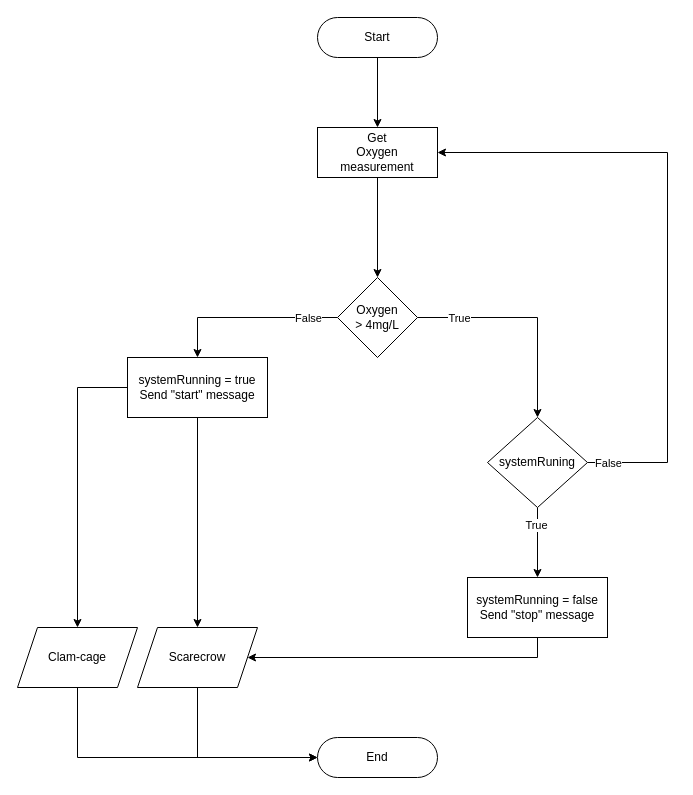
H6SvendreProeve/Documentation keeps this draw.io diagram as Diagrams/Flow diagrams/System/System_flowdiagram.drawio. Above is the earlier version. Source tidied: cells renumbered, new cells numbered last; positions are measured from the earlier drawing's top-left corner, leaving out a move shared by most shapes. Both pictures are drawn from the tidied source at 100%, with x=0, y=0 at pixel (17, 17).
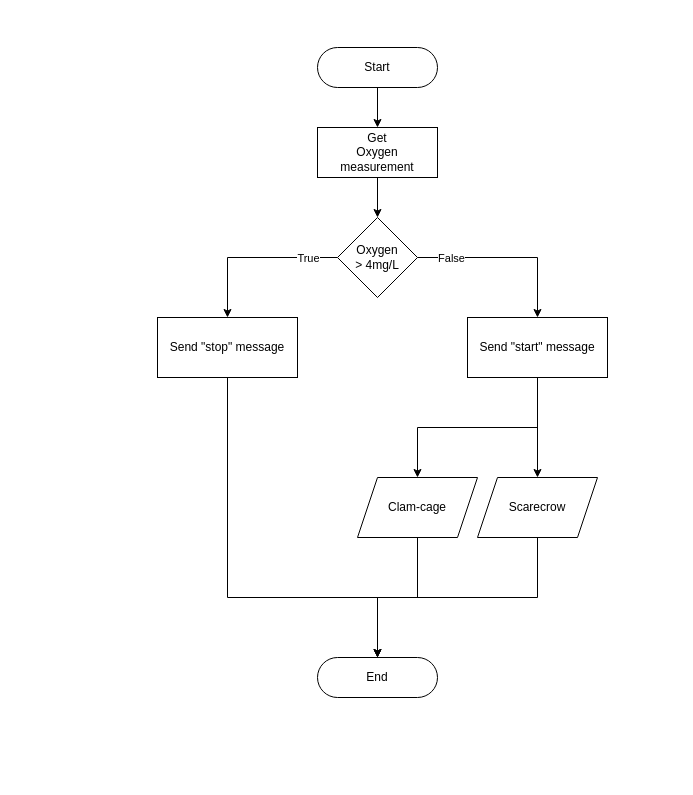
The same page after the edit.

Unchanged cells that the change refers to:
```xml
<mxCell id="5" value="Get&lt;br&gt;Oxygen measurement" style="whiteSpace=wrap;html=1;rounded=1;glass=0;strokeWidth=1;shadow=0;arcSize=0;" parent="1" vertex="1">
  <mxGeometry x="300" y="110" width="120" height="50" as="geometry" />
</mxCell>
```

Diff of the diagram source:
```diff
@@
     <mxCell id="3" value="Start" style="rounded=1;whiteSpace=wrap;html=1;fontSize=12;glass=0;strokeWidth=1;shadow=0;arcSize=50;" parent="1" vertex="1">
-      <mxGeometry x="300" width="120" height="40" as="geometry" />
+      <mxGeometry x="300" y="30" width="120" height="40" as="geometry" />
     </mxCell>
@@
-    <mxCell id="6" style="edgeStyle=orthogonalEdgeStyle;rounded=0;jettySize=auto;html=1;entryX=0.5;entryY=0;entryDx=0;entryDy=0;" parent="1" edge="1" source="10" target="20">
+    <mxCell id="6" style="edgeStyle=orthogonalEdgeStyle;rounded=0;jettySize=auto;html=1;entryX=0.5;entryY=0;entryDx=0;entryDy=0;" parent="1" edge="1" source="10" target="28">
       <mxGeometry relative="1" as="geometry" />
     </mxCell>
-    <mxCell id="7" value="True" style="edgeLabel;html=1;align=center;verticalAlign=middle;" parent="6" vertex="1">
+    <mxCell id="7" value="False" style="edgeLabel;html=1;align=center;verticalAlign=middle;" parent="6" vertex="1">
       <mxGeometry x="-0.75" relative="1" as="geometry">
-        <mxPoint x="13" as="offset" />
+        <mxPoint x="10" as="offset" />
       </mxGeometry>
     </mxCell>
-    <mxCell id="8" style="edgeStyle=orthogonalEdgeStyle;rounded=0;jettySize=auto;html=1;entryX=0.5;entryY=0;entryDx=0;entryDy=0;" parent="1" edge="1" source="10" target="13">
+    <mxCell id="8" style="edgeStyle=orthogonalEdgeStyle;rounded=0;jettySize=auto;html=1;" parent="1" edge="1" source="10" target="30">
       <mxGeometry relative="1" as="geometry" />
     </mxCell>
-    <mxCell id="9" value="False" style="edgeLabel;html=1;align=center;verticalAlign=middle;" parent="8" vertex="1">
-      <mxGeometry x="-0.41" y="1" relative="1" as="geometry">
-        <mxPoint x="23" y="-1" as="offset" />
-      </mxGeometry>
-    </mxCell>
+    <mxCell id="19" value="True" style="edgeLabel;html=1;align=center;verticalAlign=middle;" parent="8" vertex="1">
+      <mxGeometry x="-0.62" y="1" relative="1" as="geometry">
+        <mxPoint x="2" y="-1" as="offset" />
+      </mxGeometry>
+    </mxCell>
     <mxCell id="10" value="Oxygen&lt;br&gt;&amp;gt; 4mg/L" style="rhombus;whiteSpace=wrap;html=1;" parent="1" vertex="1">
-      <mxGeometry x="320" y="260" width="80" height="80" as="geometry" />
+      <mxGeometry x="320" y="200" width="80" height="80" as="geometry" />
     </mxCell>
-    <mxCell id="11" style="edgeStyle=orthogonalEdgeStyle;rounded=0;jettySize=auto;html=1;exitX=0;exitY=0.5;exitDx=0;exitDy=0;entryX=0.5;entryY=0;entryDx=0;entryDy=0;" parent="1" edge="1" source="13" target="15">
-      <mxGeometry relative="1" as="geometry" />
-    </mxCell>
-    <mxCell id="12" style="edgeStyle=orthogonalEdgeStyle;rounded=0;jettySize=auto;html=1;entryX=0.5;entryY=0;entryDx=0;entryDy=0;" parent="1" edge="1" source="13" target="25">
-      <mxGeometry relative="1" as="geometry" />
-    </mxCell>
-    <mxCell id="13" value="systemRunning = true&lt;br&gt;Send &quot;start&quot; message" style="whiteSpace=wrap;html=1;" parent="1" vertex="1">
-      <mxGeometry x="110" y="340" width="140" height="60" as="geometry" />
-    </mxCell>
+    <mxCell id="23" value="End" style="rounded=1;whiteSpace=wrap;html=1;fontSize=12;glass=0;strokeWidth=1;shadow=0;arcSize=50;" parent="1" vertex="1">
+      <mxGeometry x="300" y="640" width="120" height="40" as="geometry" />
+    </mxCell>
+    <mxCell id="26" style="edgeStyle=orthogonalEdgeStyle;rounded=0;jettySize=auto;html=1;" parent="1" edge="1" source="28" target="15">
+      <mxGeometry relative="1" as="geometry" />
+    </mxCell>
+    <mxCell id="27" style="edgeStyle=orthogonalEdgeStyle;rounded=0;jettySize=auto;html=1;" parent="1" edge="1" source="28" target="25">
+      <mxGeometry relative="1" as="geometry" />
+    </mxCell>
+    <mxCell id="28" value="Send &quot;start&quot; message" style="whiteSpace=wrap;html=1;" parent="1" vertex="1">
+      <mxGeometry x="450" y="300" width="140" height="60" as="geometry" />
+    </mxCell>
-    <mxCell id="14" style="edgeStyle=orthogonalEdgeStyle;rounded=0;jettySize=auto;html=1;entryX=0;entryY=0.5;entryDx=0;entryDy=0;" parent="1" edge="1" source="15" target="23">
+    <mxCell id="14" style="edgeStyle=orthogonalEdgeStyle;rounded=0;jettySize=auto;html=1;entryX=0.5;entryY=0;entryDx=0;entryDy=0;" parent="1" edge="1" source="15" target="23">
       <mxGeometry relative="1" as="geometry">
         <Array as="points">
-          <mxPoint x="60" y="740" />
+          <mxPoint x="400" y="580" />
+          <mxPoint x="360" y="580" />
         </Array>
       </mxGeometry>
     </mxCell>
     <mxCell id="15" value="Clam-cage" style="shape=parallelogram;perimeter=parallelogramPerimeter;whiteSpace=wrap;html=1;fixedSize=1;" parent="1" vertex="1">
-      <mxGeometry y="610" width="120" height="60" as="geometry" />
+      <mxGeometry x="340" y="460" width="120" height="60" as="geometry" />
     </mxCell>
-    <mxCell id="16" style="edgeStyle=orthogonalEdgeStyle;rounded=0;jettySize=auto;html=1;entryX=1;entryY=0.5;entryDx=0;entryDy=0;" parent="1" edge="1" source="20" target="5">
-      <mxGeometry relative="1" as="geometry">
-        <Array as="points">
-          <mxPoint x="650" y="445" />
-          <mxPoint x="650" y="135" />
-        </Array>
-      </mxGeometry>
-    </mxCell>
-    <mxCell id="17" value="False" style="edgeLabel;html=1;align=center;verticalAlign=middle;" parent="16" vertex="1">
-      <mxGeometry x="-0.68" y="1" relative="1" as="geometry">
-        <mxPoint x="-59" y="19" as="offset" />
-      </mxGeometry>
-    </mxCell>
-    <mxCell id="18" style="edgeStyle=orthogonalEdgeStyle;rounded=0;jettySize=auto;html=1;" parent="1" edge="1" source="20" target="22">
-      <mxGeometry relative="1" as="geometry" />
-    </mxCell>
-    <mxCell id="19" value="True" style="edgeLabel;html=1;align=center;verticalAlign=middle;" parent="18" vertex="1">
-      <mxGeometry x="-0.51" y="-2" relative="1" as="geometry" />
-    </mxCell>
-    <mxCell id="20" value="systemRuning" style="rhombus;whiteSpace=wrap;html=1;" parent="1" vertex="1">
-      <mxGeometry x="470" y="400" width="100" height="90" as="geometry" />
-    </mxCell>
-    <mxCell id="21" style="edgeStyle=orthogonalEdgeStyle;rounded=0;jettySize=auto;html=1;entryX=1;entryY=0.5;entryDx=0;entryDy=0;exitX=0.5;exitY=1;exitDx=0;exitDy=0;" parent="1" edge="1" source="22" target="25">
-      <mxGeometry relative="1" as="geometry" />
-    </mxCell>
-    <mxCell id="22" value="systemRunning = false&lt;br&gt;Send &quot;stop&quot; message" style="whiteSpace=wrap;html=1;" parent="1" vertex="1">
-      <mxGeometry x="450" y="560" width="140" height="60" as="geometry" />
-    </mxCell>
-    <mxCell id="23" value="End" style="rounded=1;whiteSpace=wrap;html=1;fontSize=12;glass=0;strokeWidth=1;shadow=0;arcSize=50;" parent="1" vertex="1">
-      <mxGeometry x="300" y="720" width="120" height="40" as="geometry" />
-    </mxCell>
-    <mxCell id="24" style="edgeStyle=orthogonalEdgeStyle;rounded=0;jettySize=auto;html=1;exitX=0.5;exitY=1;exitDx=0;exitDy=0;entryX=0;entryY=0.5;entryDx=0;entryDy=0;entryPerimeter=0;" parent="1" edge="1" source="25" target="23">
-      <mxGeometry relative="1" as="geometry" />
+    <mxCell id="24" style="edgeStyle=orthogonalEdgeStyle;rounded=0;jettySize=auto;html=1;entryX=0.5;entryY=0;entryDx=0;entryDy=0;" parent="1" edge="1" source="25" target="23">
+      <mxGeometry relative="1" as="geometry">
+        <Array as="points">
+          <mxPoint x="520" y="580" />
+          <mxPoint x="360" y="580" />
+        </Array>
+      </mxGeometry>
     </mxCell>
     <mxCell id="25" value="Scarecrow" style="shape=parallelogram;perimeter=parallelogramPerimeter;whiteSpace=wrap;html=1;fixedSize=1;" parent="1" vertex="1">
-      <mxGeometry x="120" y="610" width="120" height="60" as="geometry" />
+      <mxGeometry x="460" y="460" width="120" height="60" as="geometry" />
     </mxCell>
+    <mxCell id="29" style="edgeStyle=orthogonalEdgeStyle;rounded=0;jettySize=auto;html=1;entryX=0.5;entryY=0;entryDx=0;entryDy=0;" parent="1" edge="1" source="30" target="23">
+      <mxGeometry relative="1" as="geometry">
+        <Array as="points">
+          <mxPoint x="210" y="580" />
+          <mxPoint x="360" y="580" />
+        </Array>
+      </mxGeometry>
+    </mxCell>
+    <mxCell id="30" value="Send &quot;stop&quot; message" style="whiteSpace=wrap;html=1;" parent="1" vertex="1">
+      <mxGeometry x="140" y="300" width="140" height="60" as="geometry" />
+    </mxCell>
```
